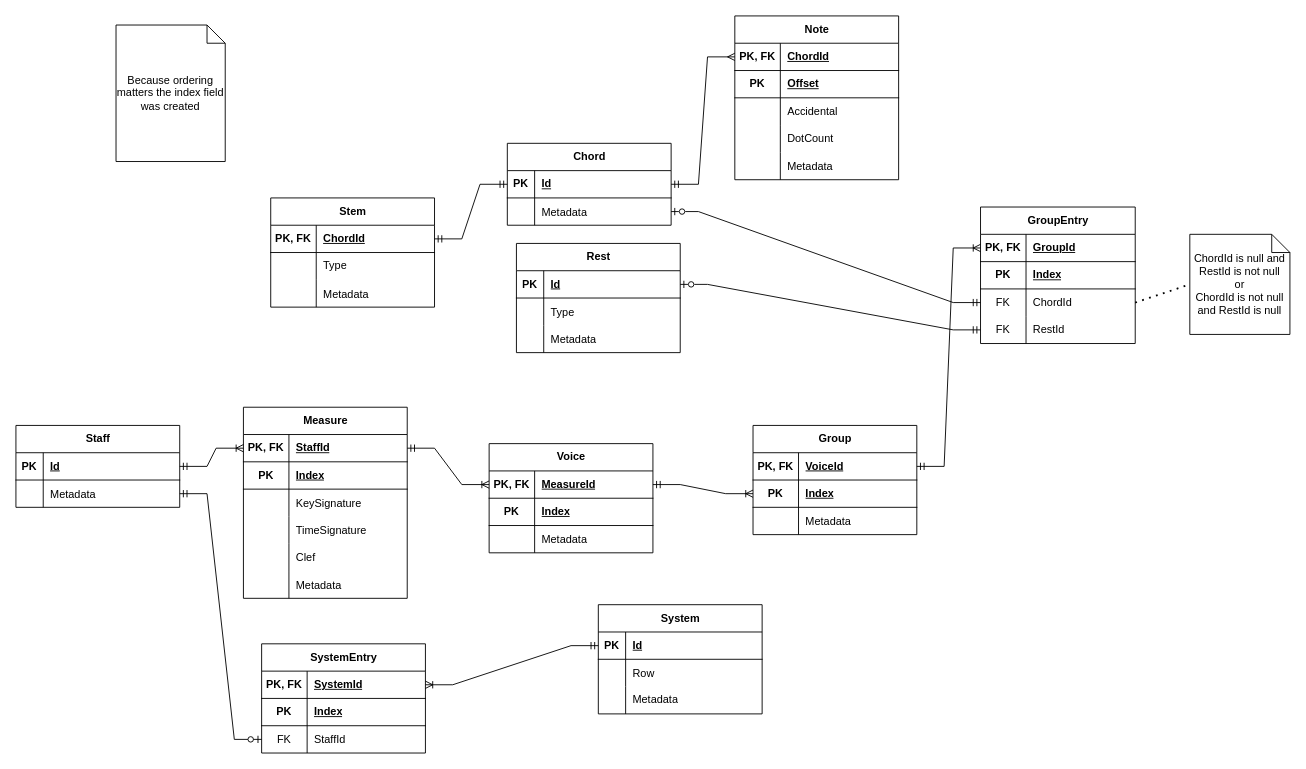
Above: documentation/diagrams/db_schema.drawio in MGreek/kme (draw.io), before the change. Source tidied: cells renumbered, new cells numbered last; positions are measured from the earlier drawing's top-left corner, leaving out a move shared by most shapes. Both pictures are drawn from the tidied source at 91%, with x=0, y=0 at pixel (15, 15).
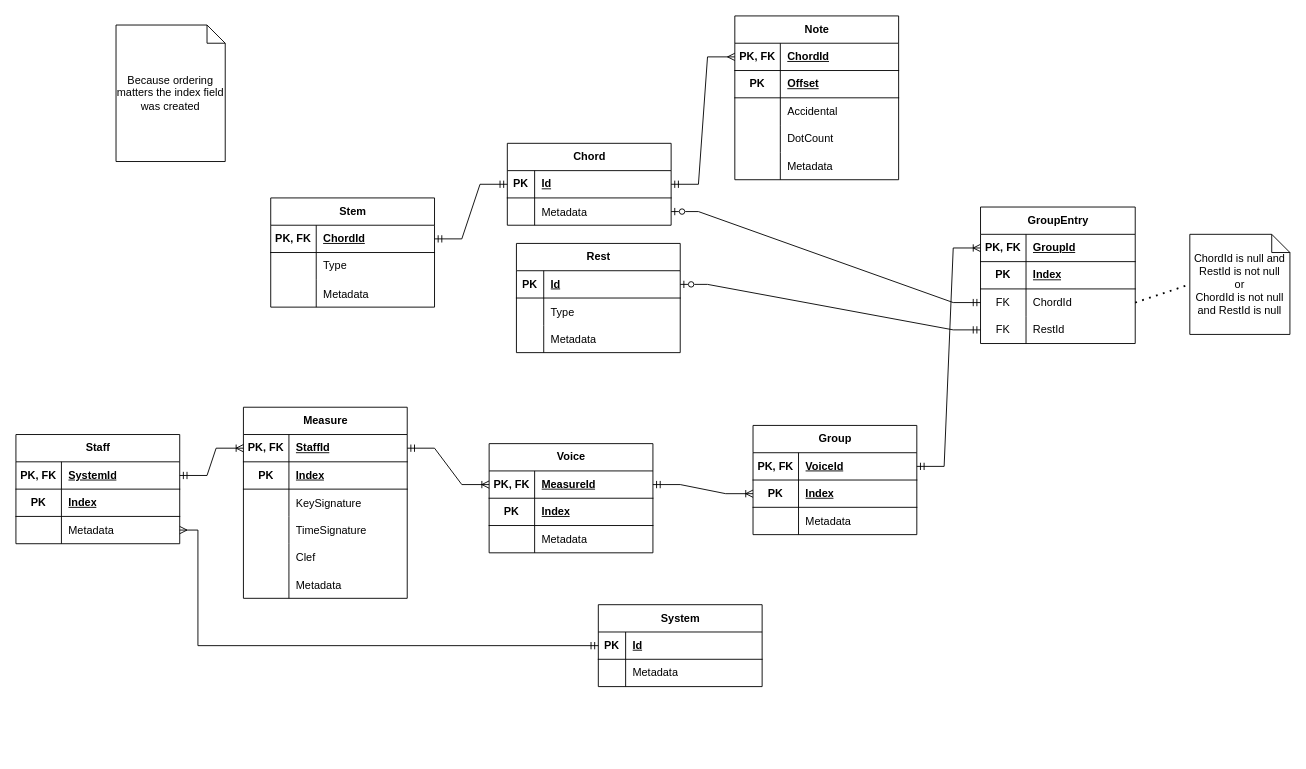
The same diagram, later.

Commit message:
docs: remove extra entity in diagram

The change refers to these unchanged cells:
```xml
<mxCell id="54" style="shape=tableRow;horizontal=0;startSize=0;swimlaneHead=0;swimlaneBody=0;fillColor=none;points=[[0,0.5],[1,0.5]];portConstraint=eastwest;top=0;left=0;right=0;bottom=1;" parent="53" vertex="1">
  <mxGeometry y="30" width="180" height="30" as="geometry" />
</mxCell>
<mxCell id="107" style="shape=tableRow;horizontal=0;startSize=0;swimlaneHead=0;swimlaneBody=0;fillColor=none;points=[[0,0.5],[1,0.5]];portConstraint=eastwest;top=0;left=0;right=0;bottom=1;" parent="106" vertex="1">
  <mxGeometry y="30" width="180" height="30" as="geometry" />
</mxCell>
```

The edit, as a diff of the source:
```diff
@@
     <mxCell id="53" value="Staff" style="shape=table;startSize=30;childLayout=tableLayout;rowLines=0;fontStyle=1;align=center;html=1;" parent="1" vertex="1">
-      <mxGeometry y="450" width="180" height="90" as="geometry" />
+      <mxGeometry y="460" width="180" height="120" as="geometry" />
     </mxCell>
@@
-    <mxCell id="55" value="PK" style="shape=partialRectangle;fillColor=none;top=0;left=0;bottom=0;right=0;fontStyle=1;overflow=hidden;whiteSpace=wrap;html=1;" parent="54" vertex="1">
-      <mxGeometry width="30" height="30" as="geometry" />
+    <mxCell id="55" value="PK, FK" style="shape=partialRectangle;fillColor=none;top=0;left=0;bottom=0;right=0;fontStyle=1;overflow=hidden;whiteSpace=wrap;html=1;" parent="54" vertex="1">
+      <mxGeometry width="50" height="30" as="geometry" />
     </mxCell>
-    <mxCell id="56" value="Id" style="shape=partialRectangle;fillColor=none;top=0;left=0;bottom=0;right=0;align=left;spacingLeft=6;fontStyle=5;overflow=hidden;whiteSpace=wrap;html=1;" parent="54" vertex="1">
-      <mxGeometry x="30" width="150" height="30" as="geometry" />
+    <mxCell id="56" value="SystemId" style="shape=partialRectangle;fillColor=none;top=0;left=0;bottom=0;right=0;align=left;spacingLeft=6;fontStyle=5;overflow=hidden;whiteSpace=wrap;html=1;" parent="54" vertex="1">
+      <mxGeometry x="50" width="130" height="30" as="geometry" />
     </mxCell>
+    <mxCell id="120" style="shape=tableRow;horizontal=0;startSize=0;swimlaneHead=0;swimlaneBody=0;fillColor=none;top=0;left=0;right=0;bottom=1;" parent="53" vertex="1">
+      <mxGeometry y="60" width="180" height="30" as="geometry" />
+    </mxCell>
+    <mxCell id="121" value="PK" style="shape=partialRectangle;fillColor=none;top=0;left=0;bottom=0;right=0;fontStyle=1;overflow=hidden;whiteSpace=wrap;html=1;" parent="120" vertex="1">
+      <mxGeometry width="50" height="30" as="geometry" />
+    </mxCell>
+    <mxCell id="122" value="Index" style="shape=partialRectangle;fillColor=none;top=0;left=0;bottom=0;right=0;align=left;spacingLeft=6;fontStyle=5;overflow=hidden;whiteSpace=wrap;html=1;" parent="120" vertex="1">
+      <mxGeometry x="50" width="130" height="30" as="geometry" />
+    </mxCell>
     <mxCell id="57" style="shape=tableRow;horizontal=0;startSize=0;swimlaneHead=0;swimlaneBody=0;fillColor=none;points=[[0,0.5],[1,0.5]];portConstraint=eastwest;top=0;left=0;right=0;bottom=0;" parent="53" vertex="1">
-      <mxGeometry y="60" width="180" height="30" as="geometry" />
+      <mxGeometry y="90" width="180" height="30" as="geometry" />
     </mxCell>
     <mxCell id="58" style="shape=partialRectangle;fillColor=none;top=0;left=0;bottom=0;right=0;overflow=hidden;" parent="57" vertex="1">
-      <mxGeometry width="30" height="30" as="geometry" />
+      <mxGeometry width="50" height="30" as="geometry" />
     </mxCell>
     <mxCell id="59" value="Metadata" style="shape=partialRectangle;fillColor=none;top=0;left=0;bottom=0;right=0;align=left;spacingLeft=6;overflow=hidden;" parent="57" vertex="1">
-      <mxGeometry x="30" width="150" height="30" as="geometry" />
+      <mxGeometry x="50" width="130" height="30" as="geometry" />
     </mxCell>
@@
     <mxCell id="106" value="System" style="shape=table;startSize=30;childLayout=tableLayout;rowLines=0;fontStyle=1;align=center;html=1;" parent="1" vertex="1">
-      <mxGeometry x="640" y="647" width="180" height="120" as="geometry" />
+      <mxGeometry x="640" y="647" width="180" height="90" as="geometry" />
     </mxCell>
@@
-    <mxCell id="110" style="shape=tableRow;horizontal=0;startSize=0;swimlaneHead=0;swimlaneBody=0;fillColor=none;top=0;left=0;right=0;bottom=0;" parent="106" vertex="1">
-      <mxGeometry y="60" width="180" height="30" as="geometry" />
-    </mxCell>
-    <mxCell id="111" style="shape=partialRectangle;fillColor=none;top=0;left=0;bottom=0;right=0;overflow=hidden;" parent="110" vertex="1">
-      <mxGeometry width="30" height="30" as="geometry" />
-    </mxCell>
-    <mxCell id="112" value="Row" style="shape=partialRectangle;fillColor=none;top=0;left=0;bottom=0;right=0;align=left;spacingLeft=6;overflow=hidden;" parent="110" vertex="1">
-      <mxGeometry x="30" width="150" height="30" as="geometry" />
-    </mxCell>
     <mxCell id="113" style="shape=tableRow;horizontal=0;startSize=0;swimlaneHead=0;swimlaneBody=0;fillColor=none;top=0;left=0;right=0;bottom=0;" parent="106" vertex="1">
-      <mxGeometry y="90" width="180" height="30" as="geometry" />
+      <mxGeometry y="60" width="180" height="30" as="geometry" />
     </mxCell>
@@
-    <mxCell id="116" value="SystemEntry" style="shape=table;startSize=30;childLayout=tableLayout;rowLines=0;fontStyle=1;align=center;html=1;" parent="1" vertex="1">
-      <mxGeometry x="270" y="690" width="180" height="120" as="geometry" />
-    </mxCell>
-    <mxCell id="117" style="shape=tableRow;horizontal=0;startSize=0;swimlaneHead=0;swimlaneBody=0;fillColor=none;points=[[0,0.5],[1,0.5]];portConstraint=eastwest;top=0;left=0;right=0;bottom=1;" parent="116" vertex="1">
-      <mxGeometry y="30" width="180" height="30" as="geometry" />
-    </mxCell>
-    <mxCell id="118" value="PK, FK" style="shape=partialRectangle;fillColor=none;top=0;left=0;bottom=0;right=0;fontStyle=1;overflow=hidden;whiteSpace=wrap;html=1;" parent="117" vertex="1">
-      <mxGeometry width="50" height="30" as="geometry" />
-    </mxCell>
-    <mxCell id="119" value="SystemId" style="shape=partialRectangle;fillColor=none;top=0;left=0;bottom=0;right=0;align=left;spacingLeft=6;fontStyle=5;overflow=hidden;whiteSpace=wrap;html=1;" parent="117" vertex="1">
-      <mxGeometry x="50" width="130" height="30" as="geometry" />
-    </mxCell>
-    <mxCell id="120" style="shape=tableRow;horizontal=0;startSize=0;swimlaneHead=0;swimlaneBody=0;fillColor=none;top=0;left=0;right=0;bottom=1;" parent="116" vertex="1">
-      <mxGeometry y="60" width="180" height="30" as="geometry" />
-    </mxCell>
-    <mxCell id="121" value="PK" style="shape=partialRectangle;fillColor=none;top=0;left=0;bottom=0;right=0;fontStyle=1;overflow=hidden;whiteSpace=wrap;html=1;" parent="120" vertex="1">
-      <mxGeometry width="50" height="30" as="geometry" />
-    </mxCell>
-    <mxCell id="122" value="Index" style="shape=partialRectangle;fillColor=none;top=0;left=0;bottom=0;right=0;align=left;spacingLeft=6;fontStyle=5;overflow=hidden;whiteSpace=wrap;html=1;" parent="120" vertex="1">
-      <mxGeometry x="50" width="130" height="30" as="geometry" />
-    </mxCell>
-    <mxCell id="123" style="shape=tableRow;horizontal=0;startSize=0;swimlaneHead=0;swimlaneBody=0;fillColor=none;points=[[0,0.5],[1,0.5]];portConstraint=eastwest;top=0;left=0;right=0;bottom=0;" parent="116" vertex="1">
-      <mxGeometry y="90" width="180" height="30" as="geometry" />
-    </mxCell>
-    <mxCell id="124" value="FK" style="shape=partialRectangle;fillColor=none;top=0;left=0;bottom=0;right=0;overflow=hidden;" parent="123" vertex="1">
-      <mxGeometry width="50" height="30" as="geometry" />
-    </mxCell>
-    <mxCell id="125" value="StaffId" style="shape=partialRectangle;fillColor=none;top=0;left=0;bottom=0;right=0;align=left;spacingLeft=6;overflow=hidden;" parent="123" vertex="1">
-      <mxGeometry x="50" width="130" height="30" as="geometry" />
-    </mxCell>
@@
-    <mxCell id="134" style="edgeStyle=entityRelationEdgeStyle;fontSize=12;html=1;endArrow=ERzeroToOne;startArrow=ERmandOne;rounded=0;entryX=0;entryY=0.5;entryDx=0;entryDy=0;exitX=1;exitY=0.5;exitDx=0;exitDy=0;" parent="1" edge="1" source="57" target="123">
-      <mxGeometry relative="1" as="geometry" />
-    </mxCell>
-    <mxCell id="135" style="edgeStyle=entityRelationEdgeStyle;fontSize=12;html=1;endArrow=ERoneToMany;startArrow=ERmandOne;rounded=0;entryX=1;entryY=0.5;entryDx=0;entryDy=0;exitX=0;exitY=0.5;exitDx=0;exitDy=0;" parent="1" edge="1" source="107" target="117">
-      <mxGeometry relative="1" as="geometry" />
-    </mxCell>
@@
+    <mxCell id="137" style="edgeStyle=orthogonalEdgeStyle;fontSize=12;html=1;endArrow=ERmandOne;startArrow=ERmany;rounded=0;entryX=0;entryY=0.5;entryDx=0;entryDy=0;exitX=1;exitY=0.5;exitDx=0;exitDy=0;elbow=vertical;startFill=0;" parent="1" edge="1" source="57" target="107">
+      <mxGeometry relative="1" as="geometry">
+        <Array as="points">
+          <mxPoint x="200" y="565" />
+          <mxPoint x="200" y="692" />
+        </Array>
+      </mxGeometry>
+    </mxCell>
```
